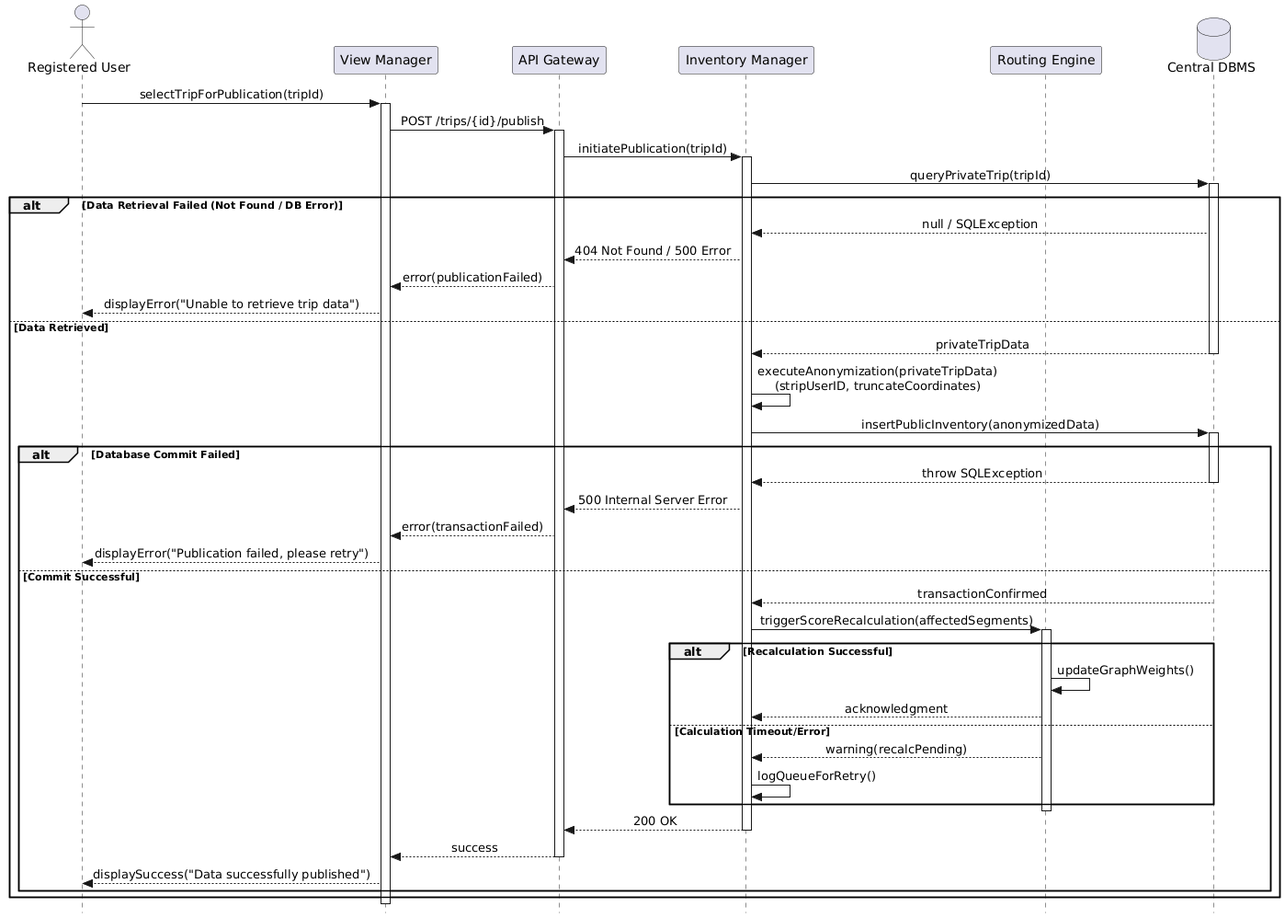
The PlantUML diagram DD/img/section2/rv/rv8.png in WeridFire/MarettiMartini, before a commit. Its diagram source:
```plantuml
@startuml
skinparam style strictuml
skinparam sequenceMessageAlign center

actor "Registered User" as User
participant "View Manager" as VM
participant "API Gateway" as GW
participant "Inventory Manager" as IM
participant "Routing Engine" as RE
database "Central DBMS" as DB

User -> VM : selectTripForPublication(tripId)
activate VM

VM -> GW : POST /trips/{id}/publish
activate GW

GW -> IM : initiatePublication(tripId)
activate IM

IM -> DB : queryPrivateTrip(tripId)
activate DB

alt Data Retrieval Failed (Not Found / DB Error)
    DB --> IM : null / SQLException
    IM --> GW : 404 Not Found / 500 Error
    GW --> VM : error(publicationFailed)
    VM --> User : displayError("Unable to retrieve trip data")

else Data Retrieved
    DB --> IM : privateTripData
    deactivate DB

    IM -> IM : executeAnonymization(privateTripData)\n(stripUserID, truncateCoordinates)

    IM -> DB : insertPublicInventory(anonymizedData)
    activate DB

    alt Database Commit Failed
        DB --> IM : throw SQLException
        deactivate DB
        IM --> GW : 500 Internal Server Error
        GW --> VM : error(transactionFailed)
        VM --> User : displayError("Publication failed, please retry")

    else Commit Successful
        DB --> IM : transactionConfirmed
        deactivate DB

        IM -> RE : triggerScoreRecalculation(affectedSegments)
        activate RE

        alt Recalculation Successful
            RE -> RE : updateGraphWeights()
            RE --> IM : acknowledgment
        else Calculation Timeout/Error
            RE --> IM : warning(recalcPending)
            IM -> IM : logQueueForRetry()
        end
        deactivate RE

        IM --> GW : 200 OK
        deactivate IM

        GW --> VM : success
        deactivate GW

        VM --> User : displaySuccess("Data successfully published")
    end
end

deactivate VM
@enduml
```
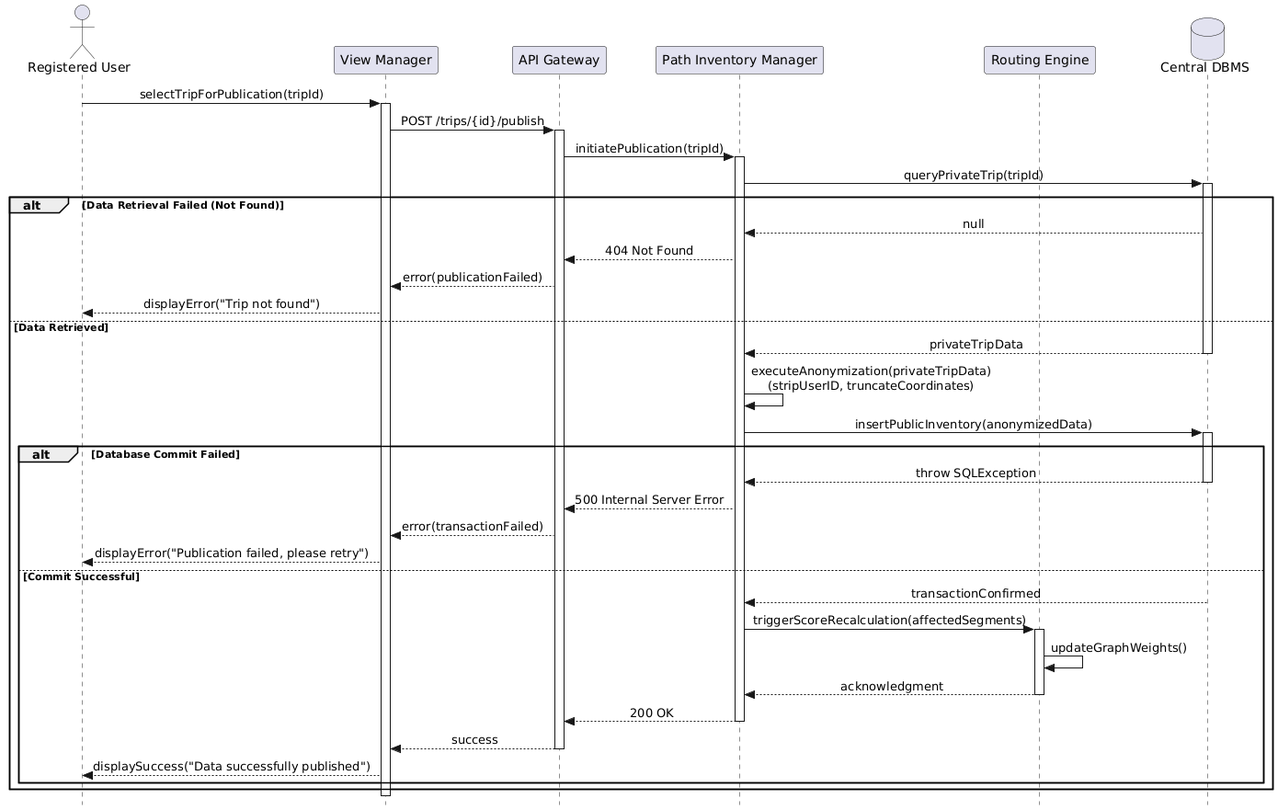
Later version of the same file.

Commit message:
rv10 and sequence diagram

Change to the diagram source:
```diff
@@ -5,7 +5,7 @@
 actor "Registered User" as User
 participant "View Manager" as VM
 participant "API Gateway" as GW
-participant "Inventory Manager" as IM
+participant "Path Inventory Manager" as IM
 participant "Routing Engine" as RE
 database "Central DBMS" as DB
 
@@ -21,11 +21,11 @@
 IM -> DB : queryPrivateTrip(tripId)
 activate DB
 
-alt Data Retrieval Failed (Not Found / DB Error)
-    DB --> IM : null / SQLException
-    IM --> GW : 404 Not Found / 500 Error
+alt Data Retrieval Failed (Not Found)
+    DB --> IM : null
+    IM --> GW : 404 Not Found
     GW --> VM : error(publicationFailed)
-    VM --> User : displayError("Unable to retrieve trip data")
+    VM --> User : displayError("Trip not found")
 
 else Data Retrieved
     DB --> IM : privateTripData
@@ -49,14 +49,8 @@
 
         IM -> RE : triggerScoreRecalculation(affectedSegments)
         activate RE
-
-        alt Recalculation Successful
-            RE -> RE : updateGraphWeights()
-            RE --> IM : acknowledgment
-        else Calculation Timeout/Error
-            RE --> IM : warning(recalcPending)
-            IM -> IM : logQueueForRetry()
-        end
+        RE -> RE : updateGraphWeights()
+        RE --> IM : acknowledgment
         deactivate RE
 
         IM --> GW : 200 OK
```
